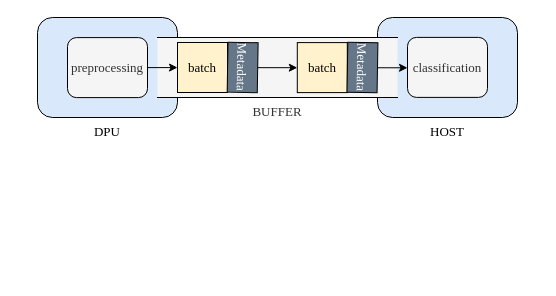
This is page "第 4 页" (4 of 5) of DPU_flowID.drawio from CHRIS123540/GPU, a draw.io file, before an edit. Source tidied: cells renumbered, new cells numbered last; positions are measured from the earlier drawing's top-left corner, leaving out a move shared by most shapes. Both pictures are drawn from the tidied source at 100%, with x=0, y=0 at pixel (37, 17).
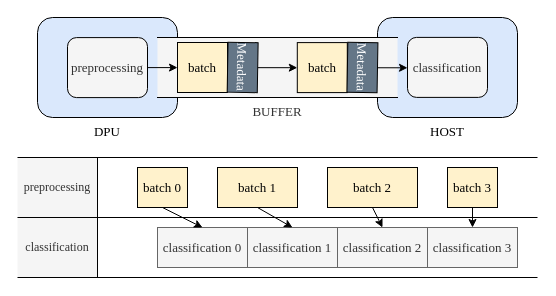
Above is the later version.

Unchanged cells that the change refers to:
```xml
<mxCell id="6" value="Metadata" style="rounded=0;whiteSpace=wrap;html=1;horizontal=0;rotation=-179;fontSize=13;fontFamily=Times New Roman;fillColor=#647687;fontColor=#ffffff;strokeColor=light-dark(#000000,#5C79A3);" parent="1" vertex="1">
  <mxGeometry x="309.9" y="25" width="30.1" height="50" as="geometry" />
</mxCell>
<mxCell id="12" value="classification" style="rounded=1;whiteSpace=wrap;html=1;fillColor=#f5f5f5;fontColor=#333333;strokeColor=light-dark(#000000,#5C79A3);fontFamily=Times New Roman;fontSize=13;" parent="1" vertex="1">
  <mxGeometry x="370" y="19.9" width="80" height="60" as="geometry" />
</mxCell>
```

The edit, as a diff of the source:
```diff
@@
-    <mxCell id="13" style="edgeStyle=orthogonalEdgeStyle;rounded=0;jettySize=auto;html=1;exitX=0;exitY=0.5;exitDx=0;exitDy=0;entryX=0;entryY=0.5;entryDx=0;entryDy=0;" parent="1" edge="1" source="6" target="12">
+    <mxCell id="13" style="edgeStyle=orthogonalEdgeStyle;rounded=0;jettySize=auto;html=1;exitX=0;exitY=0.5;exitDx=0;exitDy=0;entryX=0;entryY=0.5;entryDx=0;entryDy=0;fontFamily=Times New Roman;" parent="1" edge="1" source="6" target="12">
       <mxGeometry relative="1" as="geometry" />
     </mxCell>
+    <mxCell id="14" value="preprocessing" style="rounded=0;whiteSpace=wrap;html=1;fillColor=#f5f5f5;fontColor=#333333;strokeColor=none;fontFamily=Times New Roman;" parent="1" vertex="1">
+      <mxGeometry x="-20" y="140" width="80" height="60" as="geometry" />
+    </mxCell>
+    <mxCell id="15" value="classification" style="rounded=0;whiteSpace=wrap;html=1;fillColor=#f5f5f5;fontColor=#333333;strokeColor=none;fontFamily=Times New Roman;" parent="1" vertex="1">
+      <mxGeometry x="-20" y="200" width="80" height="60" as="geometry" />
+    </mxCell>
+    <mxCell id="16" value="batch 0" style="rounded=0;whiteSpace=wrap;html=1;fontFamily=Times New Roman;fontSize=13;fillColor=#fff2cc;strokeColor=light-dark(#000000,#5C79A3);" parent="1" vertex="1">
+      <mxGeometry x="100" y="150" width="50" height="40" as="geometry" />
+    </mxCell>
+    <mxCell id="17" value="batch 1" style="rounded=0;whiteSpace=wrap;html=1;fontFamily=Times New Roman;fontSize=13;fillColor=#fff2cc;strokeColor=light-dark(#000000,#5C79A3);" parent="1" vertex="1">
+      <mxGeometry x="180" y="150" width="80" height="40" as="geometry" />
+    </mxCell>
+    <mxCell id="18" value="batch 2" style="rounded=0;whiteSpace=wrap;html=1;fontFamily=Times New Roman;fontSize=13;fillColor=#fff2cc;strokeColor=light-dark(#000000,#5C79A3);" parent="1" vertex="1">
+      <mxGeometry x="290" y="150" width="90" height="40" as="geometry" />
+    </mxCell>
+    <mxCell id="19" value="batch 3" style="rounded=0;whiteSpace=wrap;html=1;fontFamily=Times New Roman;fontSize=13;fillColor=#fff2cc;strokeColor=light-dark(#000000,#5C79A3);" parent="1" vertex="1">
+      <mxGeometry x="410" y="150" width="50" height="40" as="geometry" />
+    </mxCell>
+    <mxCell id="20" value="classification 0" style="rounded=0;whiteSpace=wrap;html=1;fontFamily=Times New Roman;fontSize=13;fillColor=#f5f5f5;strokeColor=#666666;fontColor=#333333;" parent="1" vertex="1">
+      <mxGeometry x="120" y="210" width="90" height="40" as="geometry" />
+    </mxCell>
+    <mxCell id="21" value="classification 1" style="rounded=0;whiteSpace=wrap;html=1;fontFamily=Times New Roman;fontSize=13;fillColor=#f5f5f5;strokeColor=#666666;fontColor=#333333;" parent="1" vertex="1">
+      <mxGeometry x="210" y="210" width="90" height="40" as="geometry" />
+    </mxCell>
+    <mxCell id="22" value="classification 2" style="rounded=0;whiteSpace=wrap;html=1;fontFamily=Times New Roman;fontSize=13;fillColor=#f5f5f5;strokeColor=#666666;fontColor=#333333;" parent="1" vertex="1">
+      <mxGeometry x="300" y="210" width="90" height="40" as="geometry" />
+    </mxCell>
+    <mxCell id="23" value="classification 3" style="rounded=0;whiteSpace=wrap;html=1;fontFamily=Times New Roman;fontSize=13;fillColor=#f5f5f5;strokeColor=#666666;fontColor=#333333;" parent="1" vertex="1">
+      <mxGeometry x="390" y="210" width="90" height="40" as="geometry" />
+    </mxCell>
+    <mxCell id="24" style="endArrow=classic;html=1;rounded=0;exitX=0.5;exitY=1;exitDx=0;exitDy=0;entryX=0.5;entryY=0;entryDx=0;entryDy=0;fontFamily=Times New Roman;" parent="1" edge="1" source="16" target="20">
+      <mxGeometry relative="1" as="geometry" />
+    </mxCell>
+    <mxCell id="25" style="endArrow=classic;html=1;rounded=0;exitX=0.5;exitY=1;exitDx=0;exitDy=0;entryX=0.5;entryY=0;entryDx=0;entryDy=0;fontFamily=Times New Roman;" parent="1" edge="1" source="17" target="21">
+      <mxGeometry relative="1" as="geometry" />
+    </mxCell>
+    <mxCell id="26" style="endArrow=classic;html=1;rounded=0;exitX=0.5;exitY=1;exitDx=0;exitDy=0;entryX=0.5;entryY=0;entryDx=0;entryDy=0;fontFamily=Times New Roman;" parent="1" edge="1" source="18" target="22">
+      <mxGeometry relative="1" as="geometry" />
+    </mxCell>
+    <mxCell id="27" style="endArrow=classic;html=1;rounded=0;exitX=0.5;exitY=1;exitDx=0;exitDy=0;entryX=0.5;entryY=0;entryDx=0;entryDy=0;fontFamily=Times New Roman;" parent="1" edge="1" source="19" target="23">
+      <mxGeometry relative="1" as="geometry" />
+    </mxCell>
+    <mxCell id="28" style="endArrow=none;html=1;rounded=0;fontFamily=Times New Roman;" parent="1" edge="1">
+      <mxGeometry relative="1" as="geometry">
+        <mxPoint x="-20" y="200" as="sourcePoint" />
+        <mxPoint x="500" y="200" as="targetPoint" />
+      </mxGeometry>
+    </mxCell>
+    <mxCell id="29" style="endArrow=none;html=1;rounded=0;entryX=1;entryY=0;entryDx=0;entryDy=0;fontFamily=Times New Roman;" parent="1" edge="1" target="14">
+      <mxGeometry relative="1" as="geometry">
+        <mxPoint x="60" y="260" as="sourcePoint" />
+      </mxGeometry>
+    </mxCell>
+    <mxCell id="30" style="endArrow=none;html=1;rounded=0;fontFamily=Times New Roman;" parent="1" edge="1">
+      <mxGeometry relative="1" as="geometry">
+        <mxPoint x="-20" y="140" as="sourcePoint" />
+        <mxPoint x="500" y="140" as="targetPoint" />
+      </mxGeometry>
+    </mxCell>
+    <mxCell id="31" style="endArrow=none;html=1;rounded=0;fontFamily=Times New Roman;" parent="1" edge="1">
+      <mxGeometry relative="1" as="geometry">
+        <mxPoint x="-20" y="260" as="sourcePoint" />
+        <mxPoint x="500" y="260" as="targetPoint" />
+      </mxGeometry>
+    </mxCell>
```
